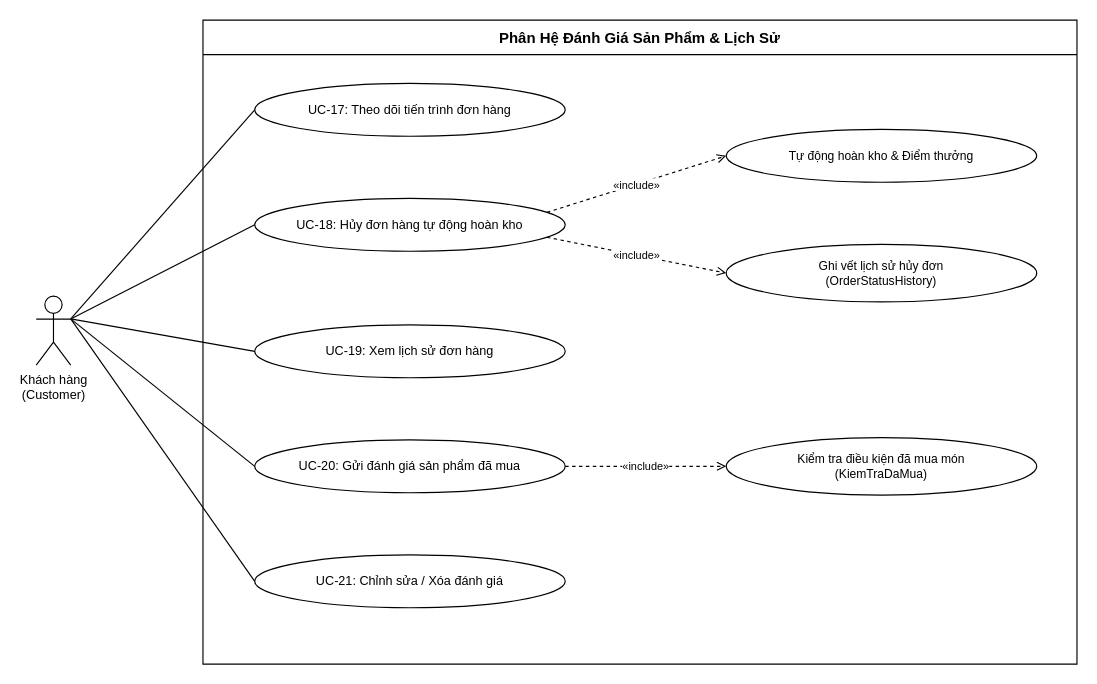
Earlier version of the draw.io diagram docs/diagrams/usecases/05-subsystem-review-history.drawio (hanhdevsgu/BrewLite-Assignment2). Source tidied: cells renumbered, new cells numbered last; positions are measured from the earlier drawing's top-left corner, leaving out a move shared by most shapes. Both pictures are drawn from the tidied source at 115%, with x=0, y=0 at pixel (36, 20).
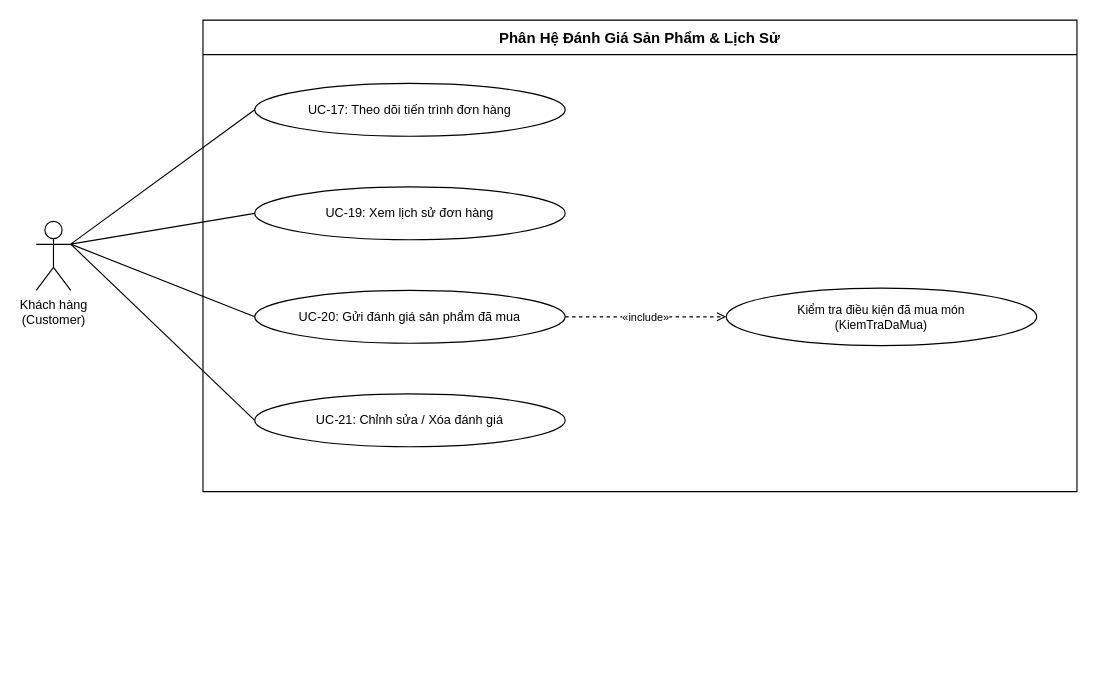
The same page after the edit.

Commit message (it also covers changes not shown here):
docs(usecase): remove duplicate UC-18 from subsystem 05 diagram and report

Diff of the diagram source:
```diff
@@
 <mxGraphModel>
   <root>
     <mxCell id="0" />
     <mxCell id="1" parent="0" />
     <mxCell id="2" value="Phân Hệ Đánh Giá Sản Phẩm &amp; Lịch Sử" style="swimlane;startSize=30;fillColor=none;strokeColor=#000000;fontColor=#000000;fontSize=13;fontStyle=1;whiteSpace=wrap;" parent="1" vertex="1">
-      <mxGeometry x="145" width="760" height="560" as="geometry" />
+      <mxGeometry x="145" width="760" height="410" as="geometry" />
     </mxCell>
     <mxCell id="3" value="Khách hàng&lt;br&gt;(Customer)" style="shape=umlActor;verticalLabelPosition=bottom;verticalAlign=top;html=1;fontSize=11;strokeColor=#000000;fontColor=#000000;fillColor=#FFFFFF;" parent="1" vertex="1">
-      <mxGeometry y="240" width="30" height="60" as="geometry" />
+      <mxGeometry y="175" width="30" height="60" as="geometry" />
     </mxCell>
     <mxCell id="4" value="UC-17: Theo dõi tiến trình đơn hàng" style="ellipse;whiteSpace=wrap;html=1;fontSize=11;strokeColor=#000000;fontColor=#000000;fillColor=#FFFFFF;" parent="1" vertex="1">
       <mxGeometry x="190" y="55" width="270" height="46" as="geometry" />
     </mxCell>
-    <mxCell id="5" value="UC-18: Hủy đơn hàng tự động hoàn kho" style="ellipse;whiteSpace=wrap;html=1;fontSize=11;strokeColor=#000000;fontColor=#000000;fillColor=#FFFFFF;" parent="1" vertex="1">
-      <mxGeometry x="190" y="155" width="270" height="46" as="geometry" />
-    </mxCell>
     <mxCell id="6" value="UC-19: Xem lịch sử đơn hàng" style="ellipse;whiteSpace=wrap;html=1;fontSize=11;strokeColor=#000000;fontColor=#000000;fillColor=#FFFFFF;" parent="1" vertex="1">
-      <mxGeometry x="190" y="265" width="270" height="46" as="geometry" />
+      <mxGeometry x="190" y="145" width="270" height="46" as="geometry" />
     </mxCell>
     <mxCell id="7" value="UC-20: Gửi đánh giá sản phẩm đã mua" style="ellipse;whiteSpace=wrap;html=1;fontSize=11;strokeColor=#000000;fontColor=#000000;fillColor=#FFFFFF;" parent="1" vertex="1">
-      <mxGeometry x="190" y="365" width="270" height="46" as="geometry" />
+      <mxGeometry x="190" y="235" width="270" height="46" as="geometry" />
     </mxCell>
     <mxCell id="8" value="UC-21: Chỉnh sửa / Xóa đánh giá" style="ellipse;whiteSpace=wrap;html=1;fontSize=11;strokeColor=#000000;fontColor=#000000;fillColor=#FFFFFF;" parent="1" vertex="1">
-      <mxGeometry x="190" y="465" width="270" height="46" as="geometry" />
+      <mxGeometry x="190" y="325" width="270" height="46" as="geometry" />
     </mxCell>
-    <mxCell id="9" value="Tự động hoàn kho &amp; Điểm thưởng" style="ellipse;whiteSpace=wrap;html=1;fontSize=10.5;strokeColor=#000000;fontColor=#000000;fillColor=#FFFFFF;" parent="1" vertex="1">
-      <mxGeometry x="600" y="95" width="270" height="46" as="geometry" />
-    </mxCell>
-    <mxCell id="10" value="Ghi vết lịch sử hủy đơn&lt;br&gt;(OrderStatusHistory)" style="ellipse;whiteSpace=wrap;html=1;fontSize=10.5;strokeColor=#000000;fontColor=#000000;fillColor=#FFFFFF;" parent="1" vertex="1">
-      <mxGeometry x="600" y="195" width="270" height="50" as="geometry" />
-    </mxCell>
     <mxCell id="11" value="Kiểm tra điều kiện đã mua món&lt;br&gt;(KiemTraDaMua)" style="ellipse;whiteSpace=wrap;html=1;fontSize=10.5;strokeColor=#000000;fontColor=#000000;fillColor=#FFFFFF;" parent="1" vertex="1">
-      <mxGeometry x="600" y="363" width="270" height="50" as="geometry" />
+      <mxGeometry x="600" y="233" width="270" height="50" as="geometry" />
     </mxCell>
     <mxCell id="12" style="endArrow=none;html=1;strokeColor=#000000;exitX=1;exitY=0.33;exitDx=0;exitDy=0;entryX=0;entryY=0.5;entryDx=0;entryDy=0;" parent="1" edge="1" source="3" target="4">
       <mxGeometry relative="1" as="geometry" />
     </mxCell>
-    <mxCell id="13" style="endArrow=none;html=1;strokeColor=#000000;exitX=1;exitY=0.33;exitDx=0;exitDy=0;entryX=0;entryY=0.5;entryDx=0;entryDy=0;" parent="1" edge="1" source="3" target="5">
-      <mxGeometry relative="1" as="geometry" />
-    </mxCell>
     <mxCell id="14" style="endArrow=none;html=1;strokeColor=#000000;exitX=1;exitY=0.33;exitDx=0;exitDy=0;entryX=0;entryY=0.5;entryDx=0;entryDy=0;" parent="1" edge="1" source="3" target="6">
       <mxGeometry relative="1" as="geometry" />
     </mxCell>
     <mxCell id="15" style="endArrow=none;html=1;strokeColor=#000000;exitX=1;exitY=0.33;exitDx=0;exitDy=0;entryX=0;entryY=0.5;entryDx=0;entryDy=0;" parent="1" edge="1" source="3" target="7">
       <mxGeometry relative="1" as="geometry" />
     </mxCell>
     <mxCell id="16" style="endArrow=none;html=1;strokeColor=#000000;exitX=1;exitY=0.33;exitDx=0;exitDy=0;entryX=0;entryY=0.5;entryDx=0;entryDy=0;" parent="1" edge="1" source="3" target="8">
       <mxGeometry relative="1" as="geometry" />
     </mxCell>
-    <mxCell id="17" value="«include»" style="endArrow=open;endFill=0;dashed=1;html=1;fontSize=9.5;strokeColor=#000000;fontColor=#000000;labelBackgroundColor=#FFFFFF;exitX=0.95;exitY=0.25;exitDx=0;exitDy=0;entryX=0;entryY=0.5;entryDx=0;entryDy=0;" parent="1" edge="1" source="5" target="9">
-      <mxGeometry relative="1" as="geometry" />
-    </mxCell>
-    <mxCell id="18" value="«include»" style="endArrow=open;endFill=0;dashed=1;html=1;fontSize=9.5;strokeColor=#000000;fontColor=#000000;labelBackgroundColor=#FFFFFF;exitX=0.95;exitY=0.75;exitDx=0;exitDy=0;entryX=0;entryY=0.5;entryDx=0;entryDy=0;" parent="1" edge="1" source="5" target="10">
-      <mxGeometry relative="1" as="geometry" />
-    </mxCell>
     <mxCell id="19" value="«include»" style="endArrow=open;endFill=0;dashed=1;html=1;fontSize=9.5;strokeColor=#000000;fontColor=#000000;labelBackgroundColor=#FFFFFF;exitX=1;exitY=0.5;exitDx=0;exitDy=0;entryX=0;entryY=0.5;entryDx=0;entryDy=0;" parent="1" edge="1" source="7" target="11">
       <mxGeometry relative="1" as="geometry" />
     </mxCell>
   </root>
 </mxGraphModel>
```
